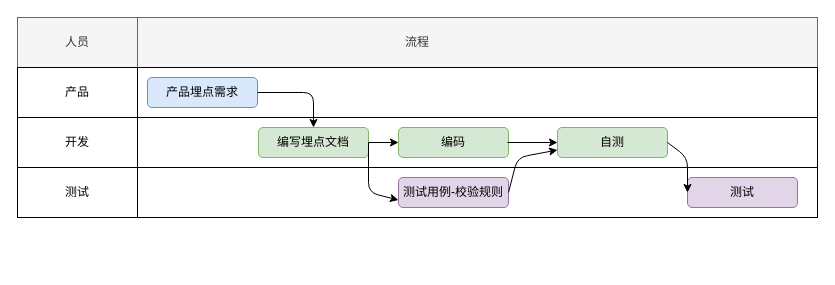
The draw.io diagram 埋点流程.drawio in aiquantong/drawIO, before the edit. Source tidied: cells renumbered, new cells numbered last; positions are measured from the earlier drawing's top-left corner, leaving out a move shared by most shapes. Both pictures are drawn from the tidied source at 100%, with x=0, y=0 at pixel (17, 17).
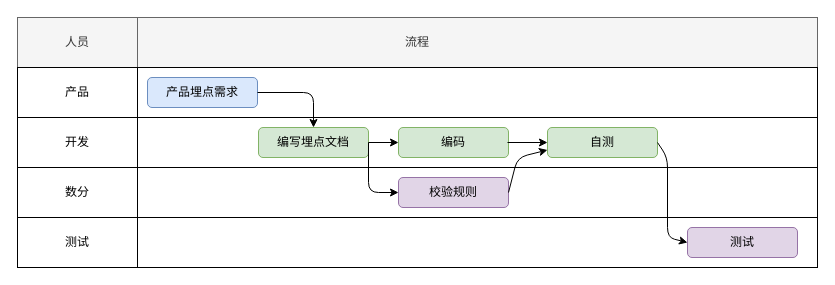
Above is the later version.

The change refers to these unchanged cells:
```xml
<mxCell id="11" value="编写埋点文档" style="rounded=1;whiteSpace=wrap;html=1;fillColor=#d5e8d4;strokeColor=#82b366;" parent="1" vertex="1">
  <mxGeometry x="241" y="110" width="110" height="30" as="geometry" />
</mxCell>
```

What changed in the source:
```diff
@@
+    <mxCell id="23" style="rounded=0;whiteSpace=wrap;html=1;" parent="1" vertex="1">
+      <mxGeometry y="200" width="800" height="50" as="geometry" />
+    </mxCell>
@@
-    <mxCell id="9" value="测试" style="rounded=0;whiteSpace=wrap;html=1;" parent="1" vertex="1">
+    <mxCell id="9" value="数分" style="rounded=0;whiteSpace=wrap;html=1;" parent="1" vertex="1">
       <mxGeometry y="150" width="120" height="50" as="geometry" />
     </mxCell>
@@
-    <mxCell id="13" value="测试用例-校验规则" style="rounded=1;whiteSpace=wrap;html=1;fillColor=#e1d5e7;strokeColor=#9673a6;" parent="1" vertex="1">
+    <mxCell id="13" value="校验规则" style="rounded=1;whiteSpace=wrap;html=1;fillColor=#e1d5e7;strokeColor=#9673a6;" parent="1" vertex="1">
       <mxGeometry x="381" y="160" width="110" height="30" as="geometry" />
     </mxCell>
@@
-    <mxCell id="17" style="endArrow=classic;html=1;exitX=1;exitY=0.5;exitDx=0;exitDy=0;entryX=0;entryY=0.75;entryDx=0;entryDy=0;" parent="1" edge="1" source="11" target="13">
+    <mxCell id="17" style="endArrow=classic;html=1;exitX=1;exitY=0.5;exitDx=0;exitDy=0;entryX=0;entryY=0.5;entryDx=0;entryDy=0;" parent="1" edge="1" source="11" target="13">
       <mxGeometry relative="1" as="geometry">
         <Array as="points">
           <mxPoint x="351" y="175" />
         </Array>
       </mxGeometry>
     </mxCell>
     <mxCell id="18" value="自测" style="rounded=1;whiteSpace=wrap;html=1;fillColor=#d5e8d4;strokeColor=#82b366;" parent="1" vertex="1">
-      <mxGeometry x="540" y="110" width="110" height="30" as="geometry" />
+      <mxGeometry x="530" y="110" width="110" height="30" as="geometry" />
     </mxCell>
     <mxCell id="19" style="endArrow=classic;html=1;" parent="1" edge="1">
       <mxGeometry relative="1" as="geometry">
         <mxPoint x="490" y="125" as="sourcePoint" />
-        <mxPoint x="540" y="125" as="targetPoint" />
+        <mxPoint x="530" y="125" as="targetPoint" />
       </mxGeometry>
     </mxCell>
     <mxCell id="20" value="测试" style="rounded=1;whiteSpace=wrap;html=1;fillColor=#e1d5e7;strokeColor=#9673a6;" parent="1" vertex="1">
-      <mxGeometry x="670" y="160" width="110" height="30" as="geometry" />
+      <mxGeometry x="670" y="210" width="110" height="30" as="geometry" />
     </mxCell>
@@
-    <mxCell id="22" style="endArrow=classic;html=1;entryX=0;entryY=0.5;entryDx=0;entryDy=0;" parent="1" edge="1" target="20">
+    <mxCell id="22" style="endArrow=classic;html=1;entryX=0;entryY=0.5;entryDx=0;entryDy=0;exitX=1;exitY=0.5;exitDx=0;exitDy=0;" parent="1" edge="1" source="18" target="20">
       <mxGeometry relative="1" as="geometry">
-        <mxPoint x="650" y="125" as="sourcePoint" />
         <Array as="points">
-          <mxPoint x="670" y="140" />
+          <mxPoint x="650" y="140" />
+          <mxPoint x="650" y="220" />
         </Array>
       </mxGeometry>
     </mxCell>
+    <mxCell id="24" value="测试" style="rounded=0;whiteSpace=wrap;html=1;" parent="1" vertex="1">
+      <mxGeometry y="200" width="120" height="50" as="geometry" />
+    </mxCell>
```
